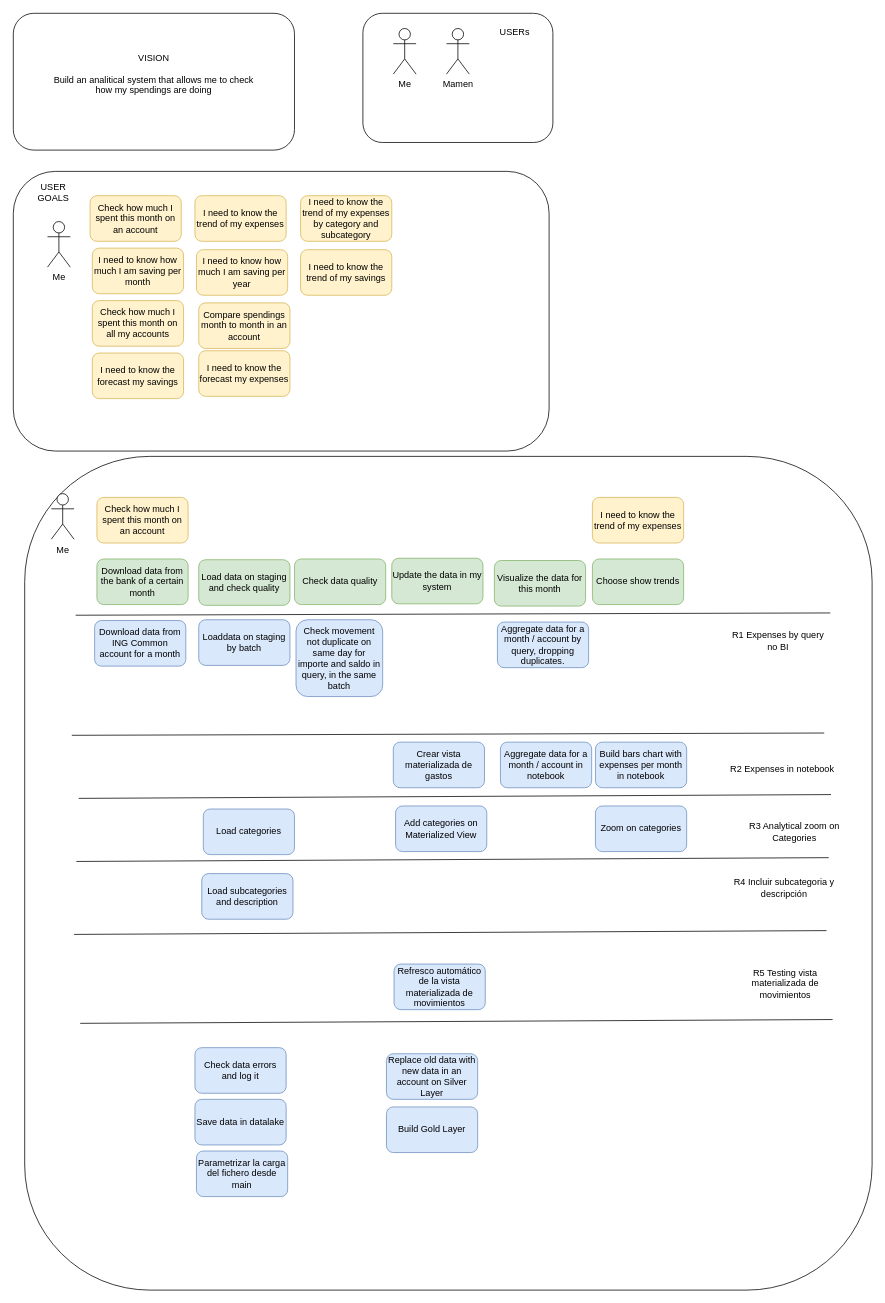
cperezh/DataEng_Patterns keeps this draw.io diagram as page "User Story Mapping" (1 of 6) of diagrams/diagrams.dio. Above is the earlier version. Source tidied: cells renumbered, new cells numbered last; positions are measured from the earlier drawing's top-left corner, leaving out a move shared by most shapes. Both pictures are drawn from the tidied source at 76%, with x=0, y=0 at pixel (13, 13).
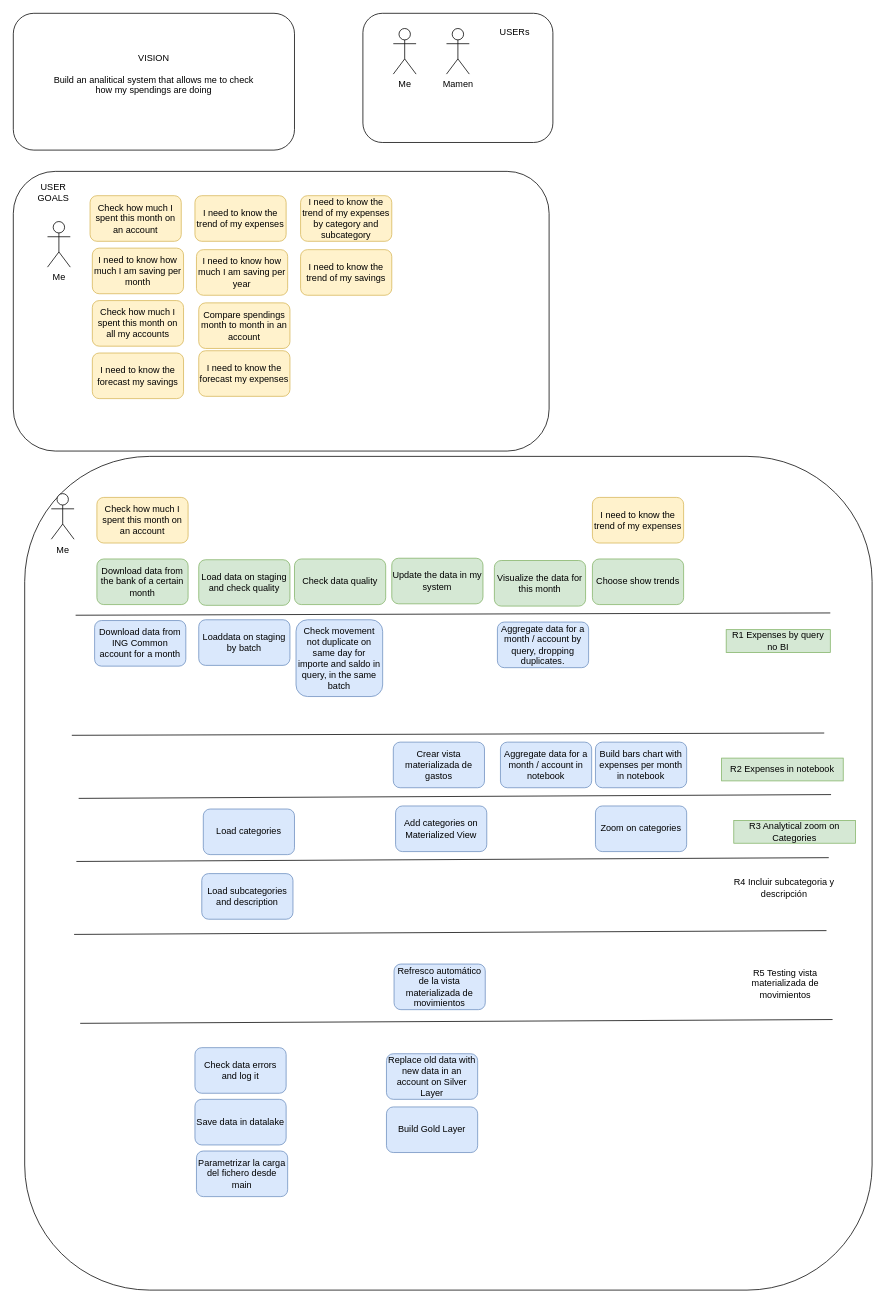
After the change.

The edit, as a diff of the source:
```diff
@@
-    <mxCell id="34" value="R1 Expenses by query no BI" style="text;html=1;align=center;verticalAlign=middle;whiteSpace=wrap;rounded=0;" parent="1" vertex="1">
+    <mxCell id="34" value="R1 Expenses by query no BI" style="text;html=1;align=center;verticalAlign=middle;whiteSpace=wrap;rounded=0;fillColor=#d5e8d4;strokeColor=#82b366;" parent="1" vertex="1">
       <mxGeometry x="938" y="811" width="137" height="30" as="geometry" />
     </mxCell>
@@
-    <mxCell id="48" value="R2 Expenses in notebook" style="text;html=1;align=center;verticalAlign=middle;whiteSpace=wrap;rounded=0;" parent="1" vertex="1">
+    <mxCell id="48" value="R2 Expenses in notebook" style="text;html=1;align=center;verticalAlign=middle;whiteSpace=wrap;rounded=0;fillColor=#d5e8d4;strokeColor=#82b366;" parent="1" vertex="1">
       <mxGeometry x="932" y="980" width="160" height="30" as="geometry" />
     </mxCell>
@@
-    <mxCell id="55" value="R3 Analytical zoom on Categories" style="text;html=1;align=center;verticalAlign=middle;whiteSpace=wrap;rounded=0;" parent="1" vertex="1">
+    <mxCell id="55" value="R3 Analytical zoom on Categories" style="text;html=1;align=center;verticalAlign=middle;whiteSpace=wrap;rounded=0;fillColor=#d5e8d4;strokeColor=#82b366;" parent="1" vertex="1">
       <mxGeometry x="948" y="1062" width="160" height="30" as="geometry" />
     </mxCell>
```
